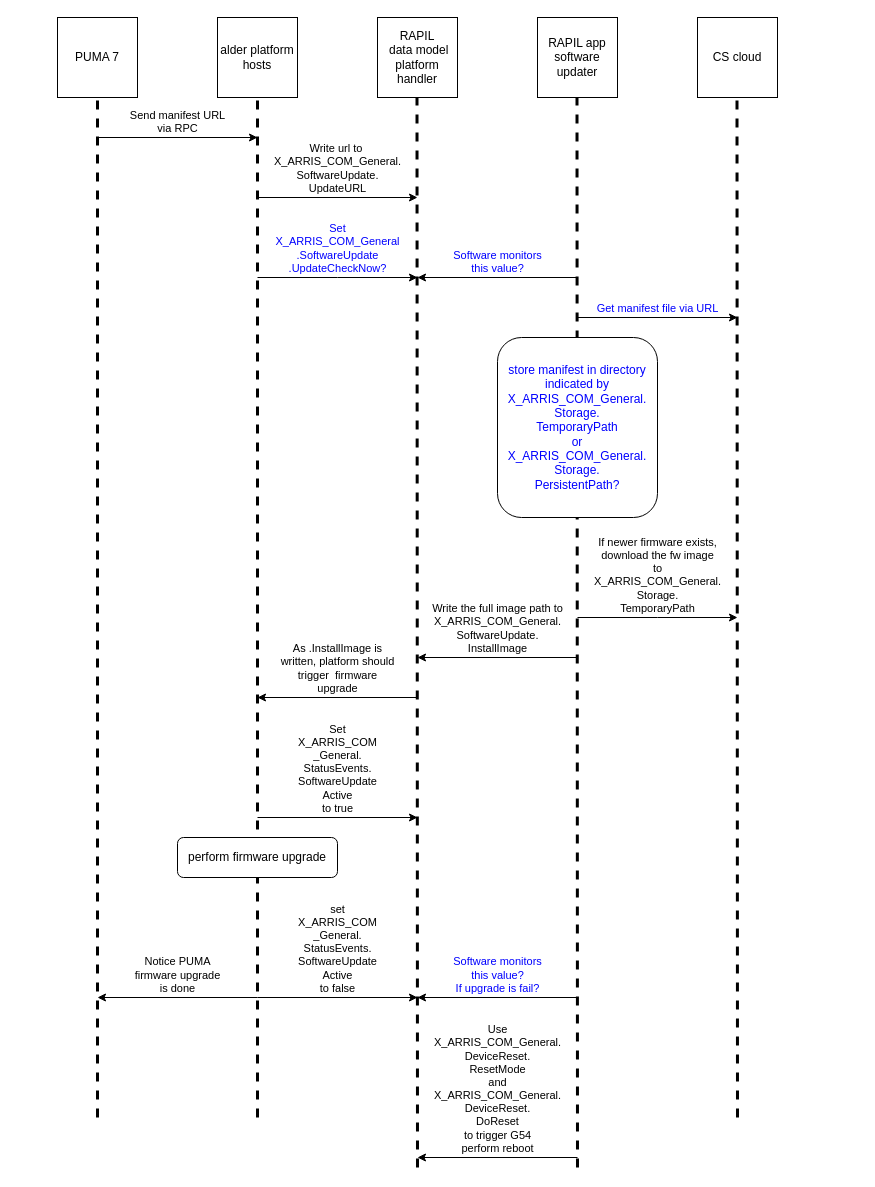
ShastaYeh/PYTHON- keeps this draw.io diagram as 未命名绘图.drawio. Above is the earlier version. Source tidied: cells renumbered, new cells numbered last; positions are measured from the earlier drawing's top-left corner, leaving out a move shared by most shapes. Both pictures are drawn from the tidied source at 100%, with x=0, y=0 at pixel (57, 17).
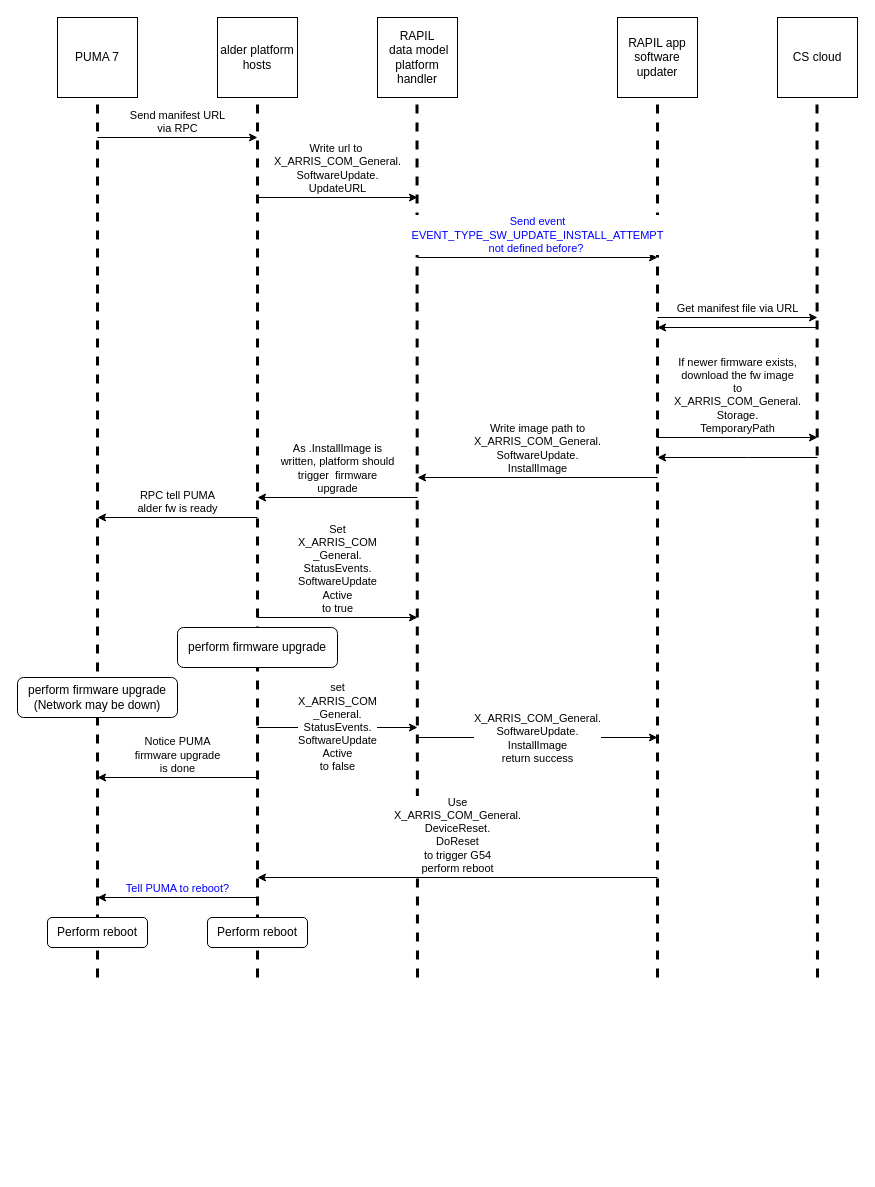
Above is the later version.

Commit message:
更新未命名绘图.drawio

The change refers to these unchanged cells:
```xml
<mxCell id="2" value="PUMA 7" style="rounded=0;whiteSpace=wrap;html=1;" parent="1" vertex="1">
  <mxGeometry width="80" height="80" as="geometry" />
</mxCell>
<mxCell id="3" value="alder platform hosts" style="rounded=0;whiteSpace=wrap;html=1;" parent="1" vertex="1">
  <mxGeometry x="160" width="80" height="80" as="geometry" />
</mxCell>
```

Diff of the diagram source:
```diff
@@
     <mxCell id="4" style="endArrow=none;dashed=1;html=1;rounded=0;entryX=0.5;entryY=1;entryDx=0;entryDy=0;strokeWidth=3;" parent="1" edge="1" target="2">
       <mxGeometry relative="1" as="geometry">
-        <mxPoint x="40" y="1100" as="sourcePoint" />
+        <mxPoint x="40" y="960" as="sourcePoint" />
       </mxGeometry>
     </mxCell>
@@
     <mxCell id="6" value="RAPIL app&lt;br&gt;software updater" style="rounded=0;whiteSpace=wrap;html=1;" parent="1" vertex="1">
-      <mxGeometry x="480" width="80" height="80" as="geometry" />
+      <mxGeometry x="560" width="80" height="80" as="geometry" />
     </mxCell>
     <mxCell id="7" style="endArrow=none;dashed=1;html=1;rounded=0;entryX=0.5;entryY=1;entryDx=0;entryDy=0;strokeWidth=3;" parent="1" edge="1" target="3">
       <mxGeometry relative="1" as="geometry">
-        <mxPoint x="200" y="1100" as="sourcePoint" />
+        <mxPoint x="200" y="960" as="sourcePoint" />
       </mxGeometry>
     </mxCell>
     <mxCell id="8" style="endArrow=none;dashed=1;html=1;rounded=0;entryX=0.5;entryY=1;entryDx=0;entryDy=0;strokeWidth=3;" parent="1" edge="1">
       <mxGeometry relative="1" as="geometry">
-        <mxPoint x="360" y="1150" as="sourcePoint" />
+        <mxPoint x="360" y="960" as="sourcePoint" />
         <mxPoint x="359.5" y="80" as="targetPoint" />
       </mxGeometry>
     </mxCell>
-    <mxCell id="9" style="endArrow=none;dashed=1;html=1;rounded=0;entryX=0.5;entryY=1;entryDx=0;entryDy=0;strokeWidth=3;" parent="1" edge="1">
+    <mxCell id="9" style="endArrow=none;dashed=1;html=1;rounded=0;strokeWidth=3;" parent="1" edge="1">
       <mxGeometry relative="1" as="geometry">
-        <mxPoint x="520" y="1150" as="sourcePoint" />
-        <mxPoint x="519.5" y="80" as="targetPoint" />
+        <mxPoint x="600" y="960" as="sourcePoint" />
+        <mxPoint x="600" y="80" as="targetPoint" />
       </mxGeometry>
     </mxCell>
@@
-    <mxCell id="12" value="&lt;font color=&quot;#0000ff&quot;&gt;Set&lt;br&gt;X_ARRIS_COM_General&lt;br&gt;.SoftwareUpdate&lt;br&gt;.UpdateCheckNow?&lt;/font&gt;" style="endArrow=classic;html=1;rounded=0;labelPosition=center;verticalLabelPosition=top;align=center;verticalAlign=bottom;" parent="1" edge="1">
-      <mxGeometry relative="1" as="geometry">
-        <mxPoint x="200" y="260" as="sourcePoint" />
-        <mxPoint x="360" y="260" as="targetPoint" />
-        <Array as="points">
-          <mxPoint x="280" y="260" />
-        </Array>
-      </mxGeometry>
-    </mxCell>
-    <mxCell id="13" value="Software monitors&lt;br&gt;this value?" style="endArrow=classic;html=1;rounded=0;fontColor=#0000FF;labelPosition=center;verticalLabelPosition=top;align=center;verticalAlign=bottom;" parent="1" edge="1">
-      <mxGeometry relative="1" as="geometry">
-        <mxPoint x="520" y="260" as="sourcePoint" />
-        <mxPoint x="360" y="260" as="targetPoint" />
-      </mxGeometry>
-    </mxCell>
     <mxCell id="14" value="CS cloud" style="rounded=0;whiteSpace=wrap;html=1;" parent="1" vertex="1">
-      <mxGeometry x="640" width="80" height="80" as="geometry" />
+      <mxGeometry x="720" width="80" height="80" as="geometry" />
     </mxCell>
     <mxCell id="15" style="endArrow=none;dashed=1;html=1;rounded=0;entryX=0.5;entryY=1;entryDx=0;entryDy=0;strokeWidth=3;" parent="1" edge="1">
       <mxGeometry relative="1" as="geometry">
-        <mxPoint x="680" y="1100" as="sourcePoint" />
-        <mxPoint x="679.5" y="80" as="targetPoint" />
+        <mxPoint x="760" y="960" as="sourcePoint" />
+        <mxPoint x="759.5" y="80" as="targetPoint" />
       </mxGeometry>
     </mxCell>
-    <mxCell id="16" value="Get manifest file via URL" style="endArrow=classic;html=1;rounded=0;fontColor=#0000FF;labelPosition=center;verticalLabelPosition=top;align=center;verticalAlign=bottom;" parent="1" edge="1">
+    <mxCell id="16" value="Get manifest file via URL" style="endArrow=classic;html=1;rounded=0;fontColor=#000000;labelPosition=center;verticalLabelPosition=top;align=center;verticalAlign=bottom;" parent="1" edge="1">
       <mxGeometry relative="1" as="geometry">
-        <mxPoint x="520" y="300" as="sourcePoint" />
-        <mxPoint x="680" y="300" as="targetPoint" />
+        <mxPoint x="600" y="300" as="sourcePoint" />
+        <mxPoint x="760" y="300" as="targetPoint" />
       </mxGeometry>
     </mxCell>
-    <mxCell id="17" value="store manifest in directory indicated by&lt;br&gt;X_ARRIS_COM_General.&lt;br&gt;Storage.&lt;br&gt;TemporaryPath&lt;br&gt;or&lt;br&gt;X_ARRIS_COM_General.&lt;br&gt;Storage.&lt;br&gt;PersistentPath?" style="rounded=1;whiteSpace=wrap;html=1;fontColor=#0000FF;" parent="1" vertex="1">
-      <mxGeometry x="440" y="320" width="160" height="180" as="geometry" />
-    </mxCell>
     <mxCell id="18" value="If newer firmware exists,&lt;br&gt;download the fw image&lt;br&gt;to&lt;br&gt;&lt;span style=&quot;font-size: 11px;&quot;&gt;X_ARRIS_COM_General.&lt;br&gt;Storage.&lt;br&gt;TemporaryPath&lt;/span&gt;" style="endArrow=classic;html=1;rounded=0;fontColor=#000000;labelPosition=center;verticalLabelPosition=top;align=center;verticalAlign=bottom;" parent="1" edge="1">
       <mxGeometry relative="1" as="geometry">
-        <mxPoint x="520" y="600" as="sourcePoint" />
-        <mxPoint x="680" y="600" as="targetPoint" />
+        <mxPoint x="600" y="420" as="sourcePoint" />
+        <mxPoint x="760" y="420" as="targetPoint" />
         <Array as="points">
-          <mxPoint x="600" y="600" />
+          <mxPoint x="680" y="420" />
         </Array>
       </mxGeometry>
     </mxCell>
-    <mxCell id="19" value="Write the full image path to&lt;br&gt;&lt;span style=&quot;font-size: 11px;&quot;&gt;X_ARRIS_COM_General.&lt;br&gt;SoftwareUpdate.&lt;br&gt;InstallImage&lt;/span&gt;" style="endArrow=classic;html=1;rounded=0;fontColor=#000000;labelPosition=center;verticalLabelPosition=top;align=center;verticalAlign=bottom;" parent="1" edge="1">
+    <mxCell id="19" value="Write image path to&lt;br&gt;&lt;span style=&quot;font-size: 11px;&quot;&gt;X_ARRIS_COM_General.&lt;br&gt;SoftwareUpdate.&lt;br&gt;InstallImage&lt;/span&gt;" style="endArrow=classic;html=1;rounded=0;fontColor=#000000;labelPosition=center;verticalLabelPosition=top;align=center;verticalAlign=bottom;" parent="1" edge="1">
       <mxGeometry relative="1" as="geometry">
-        <mxPoint x="520" y="640" as="sourcePoint" />
-        <mxPoint x="360" y="640" as="targetPoint" />
+        <mxPoint x="600" y="460" as="sourcePoint" />
+        <mxPoint x="360" y="460" as="targetPoint" />
       </mxGeometry>
     </mxCell>
     <mxCell id="20" value="As .InstallImage is&lt;br&gt;written, platform should&lt;br&gt;trigger&amp;nbsp;&amp;nbsp;firmware &lt;br&gt;upgrade" style="endArrow=classic;html=1;rounded=0;fontColor=#000000;labelPosition=center;verticalLabelPosition=top;align=center;verticalAlign=bottom;" parent="1" edge="1">
       <mxGeometry relative="1" as="geometry">
-        <mxPoint x="360" y="680" as="sourcePoint" />
-        <mxPoint x="200" y="680" as="targetPoint" />
+        <mxPoint x="360" y="480" as="sourcePoint" />
+        <mxPoint x="200" y="480" as="targetPoint" />
       </mxGeometry>
     </mxCell>
     <mxCell id="21" value="perform firmware upgrade" style="rounded=1;whiteSpace=wrap;html=1;fontColor=#000000;" parent="1" vertex="1">
-      <mxGeometry x="120" y="820" width="160" height="40" as="geometry" />
+      <mxGeometry x="120" y="610" width="160" height="40" as="geometry" />
     </mxCell>
-    <mxCell id="22" value="Software monitors&lt;br&gt;this value?&lt;br&gt;If upgrade is fail?" style="endArrow=classic;html=1;rounded=0;fontColor=#0000FF;labelPosition=center;verticalLabelPosition=top;align=center;verticalAlign=bottom;" parent="1" edge="1">
-      <mxGeometry relative="1" as="geometry">
-        <mxPoint x="520" y="980" as="sourcePoint" />
-        <mxPoint x="360" y="980" as="targetPoint" />
-      </mxGeometry>
-    </mxCell>
-    <mxCell id="23" value="Use&lt;br&gt;X_ARRIS_COM_General.&lt;br&gt;DeviceReset.&lt;br&gt;ResetMode&lt;br&gt;and&lt;br&gt;&lt;span style=&quot;font-size: 11px;&quot;&gt;X_ARRIS_COM_General.&lt;br&gt;DeviceReset.&lt;br&gt;DoReset&lt;br&gt;&lt;/span&gt;to trigger G54&lt;br&gt;perform reboot" style="endArrow=classic;html=1;rounded=0;fontColor=#000000;labelPosition=center;verticalLabelPosition=top;align=center;verticalAlign=bottom;" parent="1" edge="1">
+    <mxCell id="23" value="Use&lt;br&gt;&lt;span style=&quot;font-size: 11px;&quot;&gt;X_ARRIS_COM_General.&lt;br&gt;DeviceReset.&lt;br&gt;DoReset&lt;br&gt;&lt;/span&gt;to trigger G54&lt;br&gt;perform reboot" style="endArrow=classic;html=1;rounded=0;fontColor=#000000;labelPosition=center;verticalLabelPosition=top;align=center;verticalAlign=bottom;" parent="1" edge="1">
       <mxGeometry relative="1" as="geometry">
-        <mxPoint x="520" y="1140" as="sourcePoint" />
-        <mxPoint x="360" y="1140" as="targetPoint" />
+        <mxPoint x="600" y="860" as="sourcePoint" />
+        <mxPoint x="200" y="860" as="targetPoint" />
       </mxGeometry>
     </mxCell>
     <mxCell id="24" value="Set&lt;br&gt;&lt;div&gt;&lt;span style=&quot;font-size: 11px;&quot;&gt;X_ARRIS_COM&lt;/span&gt;&lt;/div&gt;&lt;div&gt;&lt;span style=&quot;font-size: 11px;&quot;&gt;_General.&lt;/span&gt;&lt;/div&gt;&lt;div&gt;&lt;span style=&quot;font-size: 11px;&quot;&gt;StatusEvents.&lt;/span&gt;&lt;/div&gt;&lt;div&gt;&lt;span style=&quot;font-size: 11px;&quot;&gt;SoftwareUpdate&lt;/span&gt;&lt;/div&gt;&lt;div&gt;&lt;span style=&quot;font-size: 11px;&quot;&gt;Active&lt;/span&gt;&lt;/div&gt;&lt;div&gt;&lt;span style=&quot;font-size: 11px;&quot;&gt;to&amp;nbsp;&lt;/span&gt;true&lt;/div&gt;" style="endArrow=classic;html=1;rounded=0;fontColor=#000000;strokeWidth=1;labelPosition=center;verticalLabelPosition=top;align=center;verticalAlign=bottom;" parent="1" edge="1">
       <mxGeometry relative="1" as="geometry">
-        <mxPoint x="200" y="800" as="sourcePoint" />
-        <mxPoint x="360" y="800" as="targetPoint" />
+        <mxPoint x="200" y="600" as="sourcePoint" />
+        <mxPoint x="360" y="600" as="targetPoint" />
       </mxGeometry>
     </mxCell>
-    <mxCell id="25" value="set&lt;br&gt;X_ARRIS_COM&lt;br&gt;_General.&lt;br&gt;StatusEvents.&lt;br&gt;SoftwareUpdate&lt;br&gt;Active&lt;br&gt;to false" style="endArrow=classic;html=1;rounded=0;fontColor=#000000;strokeWidth=1;labelPosition=center;verticalLabelPosition=top;align=center;verticalAlign=bottom;" parent="1" edge="1">
+    <mxCell id="25" value="set&lt;br&gt;X_ARRIS_COM&lt;br&gt;_General.&lt;br&gt;StatusEvents.&lt;br&gt;SoftwareUpdate&lt;br&gt;Active&lt;br&gt;to false" style="endArrow=classic;html=1;rounded=0;fontColor=#000000;strokeWidth=1;labelPosition=center;verticalLabelPosition=middle;align=center;verticalAlign=middle;" parent="1" edge="1">
       <mxGeometry relative="1" as="geometry">
-        <mxPoint x="200" y="980" as="sourcePoint" />
-        <mxPoint x="360" y="980" as="targetPoint" />
+        <mxPoint x="200" y="710" as="sourcePoint" />
+        <mxPoint x="360" y="710" as="targetPoint" />
       </mxGeometry>
     </mxCell>
     <mxCell id="26" value="Notice PUMA&lt;br&gt;firmware upgrade&lt;br&gt;is done" style="endArrow=classic;html=1;rounded=0;fontColor=#000000;strokeWidth=1;labelPosition=center;verticalLabelPosition=top;align=center;verticalAlign=bottom;" parent="1" edge="1">
       <mxGeometry relative="1" as="geometry">
-        <mxPoint x="200" y="980" as="sourcePoint" />
-        <mxPoint x="40" y="980" as="targetPoint" />
+        <mxPoint x="200" y="760" as="sourcePoint" />
+        <mxPoint x="40" y="760" as="targetPoint" />
       </mxGeometry>
     </mxCell>
+    <mxCell id="27" value="Send event&lt;br&gt;EVENT_TYPE_SW_UPDATE_INSTALL_ATTEMPT&lt;br&gt;not defined before?&amp;nbsp;" style="endArrow=classic;html=1;rounded=0;labelPosition=center;verticalLabelPosition=top;align=center;verticalAlign=bottom;fontColor=#0000FF;" parent="1" edge="1">
+      <mxGeometry relative="1" as="geometry">
+        <mxPoint x="360" y="240" as="sourcePoint" />
+        <mxPoint x="600" y="240" as="targetPoint" />
+      </mxGeometry>
+    </mxCell>
+    <mxCell id="28" value="RPC tell PUMA&lt;br&gt;alder fw is ready" style="endArrow=classic;html=1;rounded=0;fontColor=#000000;labelPosition=center;verticalLabelPosition=top;align=center;verticalAlign=bottom;" parent="1" edge="1">
+      <mxGeometry relative="1" as="geometry">
+        <mxPoint x="200" y="500" as="sourcePoint" />
+        <mxPoint x="40" y="500" as="targetPoint" />
+      </mxGeometry>
+    </mxCell>
+    <mxCell id="29" value="perform firmware upgrade&lt;br&gt;(Network may be down)" style="rounded=1;whiteSpace=wrap;html=1;fontColor=#000000;" parent="1" vertex="1">
+      <mxGeometry x="-40" y="660" width="160" height="40" as="geometry" />
+    </mxCell>
+    <mxCell id="30" style="endArrow=classic;html=1;rounded=0;fontColor=#000000;" parent="1" edge="1">
+      <mxGeometry relative="1" as="geometry">
+        <mxPoint x="760" y="440" as="sourcePoint" />
+        <mxPoint x="600" y="440" as="targetPoint" />
+        <Array as="points">
+          <mxPoint x="690" y="440" />
+        </Array>
+      </mxGeometry>
+    </mxCell>
+    <mxCell id="31" style="endArrow=classic;html=1;rounded=0;fontColor=#000000;" parent="1" edge="1">
+      <mxGeometry relative="1" as="geometry">
+        <mxPoint x="760" y="310" as="sourcePoint" />
+        <mxPoint x="600" y="310" as="targetPoint" />
+      </mxGeometry>
+    </mxCell>
+    <mxCell id="32" value="&lt;br&gt;&lt;span style=&quot;color: rgb(0, 0, 0); font-family: Helvetica; font-size: 11px; font-style: normal; font-variant-ligatures: normal; font-variant-caps: normal; font-weight: 400; letter-spacing: normal; orphans: 2; text-align: center; text-indent: 0px; text-transform: none; widows: 2; word-spacing: 0px; -webkit-text-stroke-width: 0px; text-decoration-thickness: initial; text-decoration-style: initial; text-decoration-color: initial;&quot;&gt;X_ARRIS_COM_General.&lt;br&gt;SoftwareUpdate.&lt;br&gt;InstallImage&lt;br&gt;&lt;/span&gt;return success&lt;br&gt;" style="endArrow=classic;html=1;rounded=0;fontColor=#000000;labelPosition=center;verticalLabelPosition=top;align=center;verticalAlign=bottom;" parent="1" edge="1">
+      <mxGeometry y="-30" relative="1" as="geometry">
+        <mxPoint x="360" y="720" as="sourcePoint" />
+        <mxPoint x="600" y="720" as="targetPoint" />
+      </mxGeometry>
+    </mxCell>
+    <mxCell id="33" value="Perform reboot" style="rounded=1;whiteSpace=wrap;html=1;fontColor=#000000;" parent="1" vertex="1">
+      <mxGeometry x="150" y="900" width="100" height="30" as="geometry" />
+    </mxCell>
+    <mxCell id="34" value="&lt;font color=&quot;#0000ff&quot;&gt;Tell PUMA to reboot?&lt;/font&gt;" style="endArrow=classic;html=1;rounded=0;fontColor=#000000;strokeWidth=1;labelPosition=center;verticalLabelPosition=top;align=center;verticalAlign=bottom;" parent="1" edge="1">
+      <mxGeometry relative="1" as="geometry">
+        <mxPoint x="200" y="880" as="sourcePoint" />
+        <mxPoint x="40" y="880" as="targetPoint" />
+      </mxGeometry>
+    </mxCell>
+    <mxCell id="35" value="Perform reboot" style="rounded=1;whiteSpace=wrap;html=1;fontColor=#000000;" parent="1" vertex="1">
+      <mxGeometry x="-10" y="900" width="100" height="30" as="geometry" />
+    </mxCell>
```
